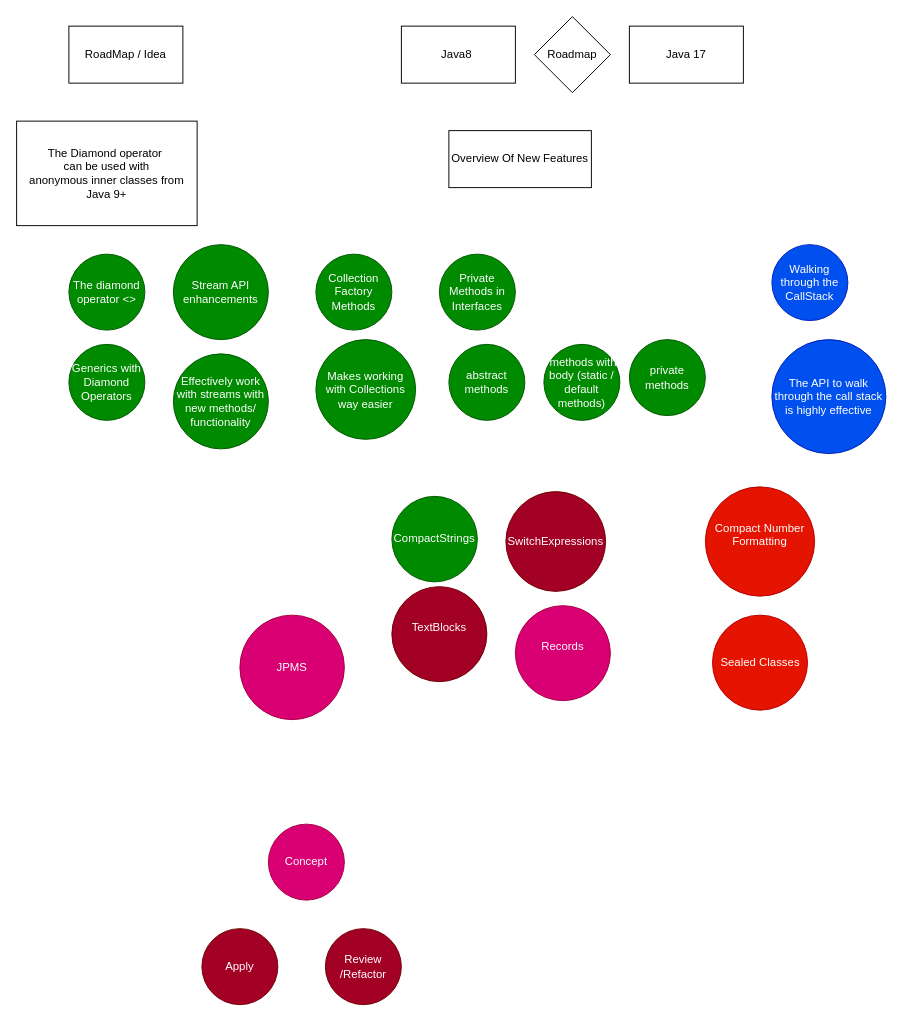
Earlier version of the draw.io diagram page "Top New Features That I can Explore" (2 of 13) of Diagrams/New Features Java.drawio (THRGLO02MAY2025GIT-HUB/THRGLO02MAY2025GIT-REPO). Source tidied: cells renumbered, new cells numbered last; positions are measured from the earlier drawing's top-left corner, leaving out a move shared by most shapes. Both pictures are drawn from the tidied source at 95%, with x=0, y=0 at pixel (16, 16).
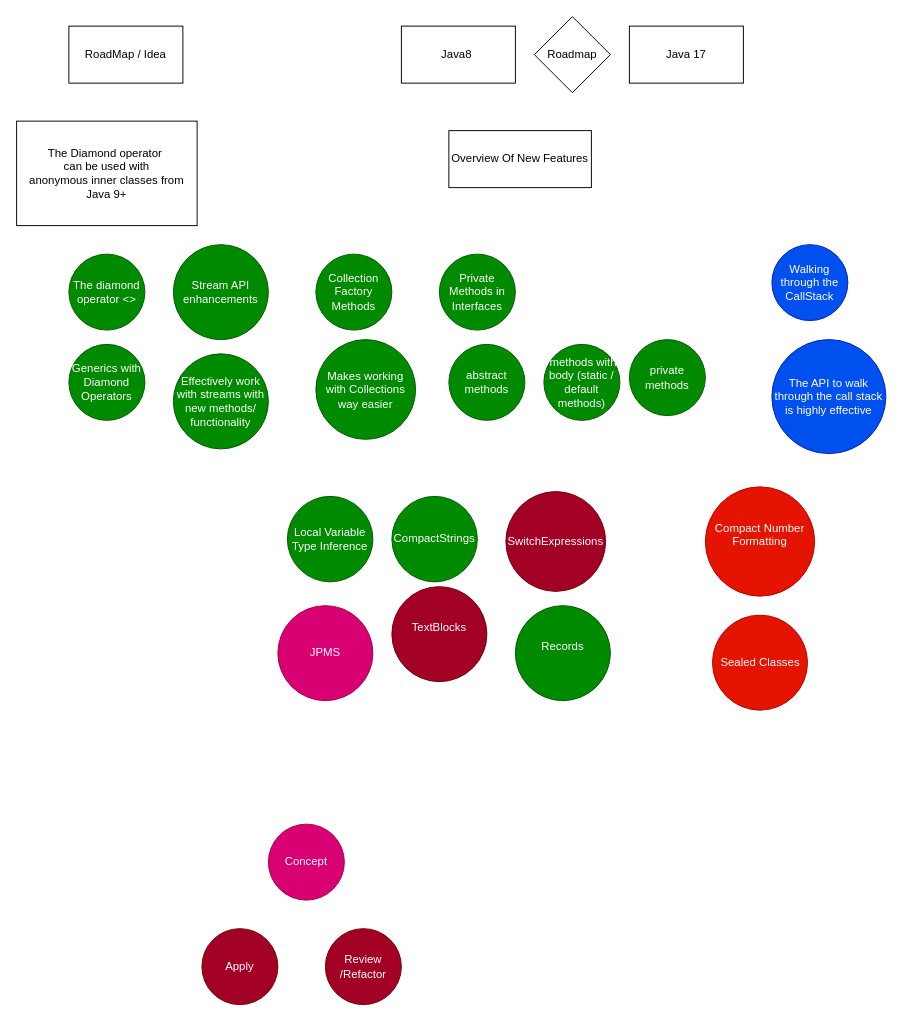
The same diagram, later.

Diff of the diagram source:
```diff
@@
-    <mxCell id="15" value="&lt;div&gt;Records&lt;/div&gt;&lt;div&gt;&lt;br&gt;&lt;/div&gt;" style="ellipse;whiteSpace=wrap;html=1;fillColor=#d80073;fontColor=#ffffff;strokeColor=#A50040;" parent="1" vertex="1">
+    <mxCell id="15" value="&lt;div&gt;Records&lt;/div&gt;&lt;div&gt;&lt;br&gt;&lt;/div&gt;" style="ellipse;whiteSpace=wrap;html=1;fillColor=#008a00;fontColor=#ffffff;strokeColor=#005700;" parent="1" vertex="1">
       <mxGeometry x="525" y="620" width="100" height="100" as="geometry" />
     </mxCell>
@@
     <mxCell id="17" value="&lt;div&gt;JPMS&lt;/div&gt;" style="ellipse;whiteSpace=wrap;html=1;fillColor=#d80073;fontColor=#ffffff;strokeColor=#A50040;" parent="1" vertex="1">
-      <mxGeometry x="235" y="630" width="110" height="110" as="geometry" />
+      <mxGeometry x="275" y="620" width="100" height="100" as="geometry" />
     </mxCell>
@@
+    <mxCell id="30" value="Local Variable Type Inference" style="ellipse;whiteSpace=wrap;html=1;fillColor=#008a00;fontColor=#ffffff;strokeColor=#005700;" parent="1" vertex="1">
+      <mxGeometry x="285" y="505" width="90" height="90" as="geometry" />
+    </mxCell>
```
